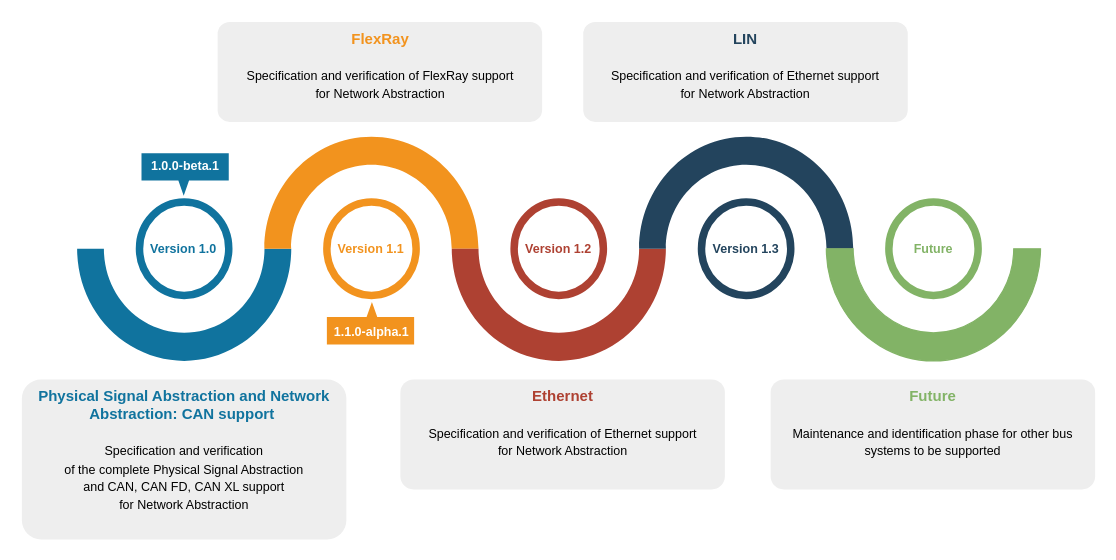
This is roadmap_overview.drawio from modelica/fmi-ls-bus, a draw.io file, before an edit. Source tidied: cells renumbered, new cells numbered last; positions are measured from the earlier drawing's top-left corner, leaving out a move shared by most shapes. Both pictures are drawn from the tidied source at 125%, with x=0, y=0 at pixel (21, 21).
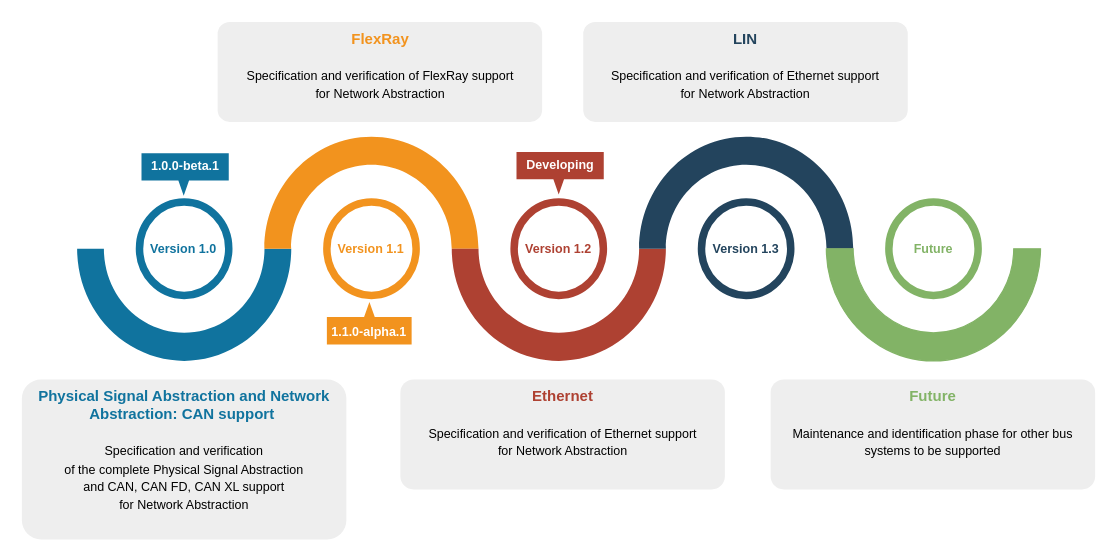
The same diagram, later.

Commit message (it also covers changes not shown here):
Add a marker for current development within roadmap overview

Change to the diagram source:
```diff
@@
-    <mxCell id="18" style="group;" parent="1" vertex="1">
-      <mxGeometry x="244" y="224" width="103.5" height="39.1" as="geometry" />
-    </mxCell>
+    <mxCell id="21" value="&lt;b style=&quot;font-size: 10px;&quot;&gt;Developing&lt;/b&gt;" style="html=1;whiteSpace=wrap;shape=mxgraph.infographic.barCallout;dx=33.76;dy=12.19;fillColor=#AE4132;strokeColor=none;align=center;verticalAlign=top;fontColor=#ffffff;fontSize=14;fontStyle=1;shadow=0;spacingTop=-6;horizontal=1;spacingBottom=-8;" parent="1" vertex="1">
+      <mxGeometry x="395.7" y="104" width="69.8" height="34" as="geometry" />
+    </mxCell>
-    <mxCell id="19" style="html=1;whiteSpace=wrap;shape=mxgraph.infographic.barCallout;dx=33.76;dy=12.19;fillColor=#F2931E;strokeColor=none;align=center;verticalAlign=top;fontColor=#ffffff;fontSize=14;fontStyle=1;shadow=0;spacingTop=-6;horizontal=1;spacingBottom=-8;rotation=-180;" parent="18" vertex="1">
-      <mxGeometry width="69.8" height="34" as="geometry" />
+    <mxCell id="19" style="html=1;whiteSpace=wrap;shape=mxgraph.infographic.barCallout;dx=33.76;dy=12.19;fillColor=#F2931E;strokeColor=none;align=center;verticalAlign=top;fontColor=#ffffff;fontSize=14;fontStyle=1;shadow=0;spacingTop=-6;horizontal=1;spacingBottom=-8;rotation=-180;" parent="1" vertex="1">
+      <mxGeometry x="244" y="224" width="67.8" height="34" as="geometry" />
     </mxCell>
-    <mxCell id="20" value="&lt;b style=&quot;text-wrap-mode: wrap;&quot;&gt;1.1.0-alpha.1&lt;/b&gt;" style="text;strokeColor=none;fillColor=none;html=1;fontSize=10;fontStyle=1;verticalAlign=middle;align=left;fontColor=#FFFFFF;whiteSpace=wrap;" parent="18" vertex="1">
-      <mxGeometry x="3.5" y="8.1" width="100" height="31" as="geometry" />
+    <mxCell id="20" value="&lt;b style=&quot;text-wrap-mode: wrap;&quot;&gt;1.1.0-alpha.1&lt;/b&gt;" style="text;strokeColor=none;fillColor=none;html=1;fontSize=10;fontStyle=1;verticalAlign=middle;align=left;fontColor=#FFFFFF;whiteSpace=wrap;" parent="1" vertex="1">
+      <mxGeometry x="246" y="232" width="100" height="31" as="geometry" />
     </mxCell>
```
